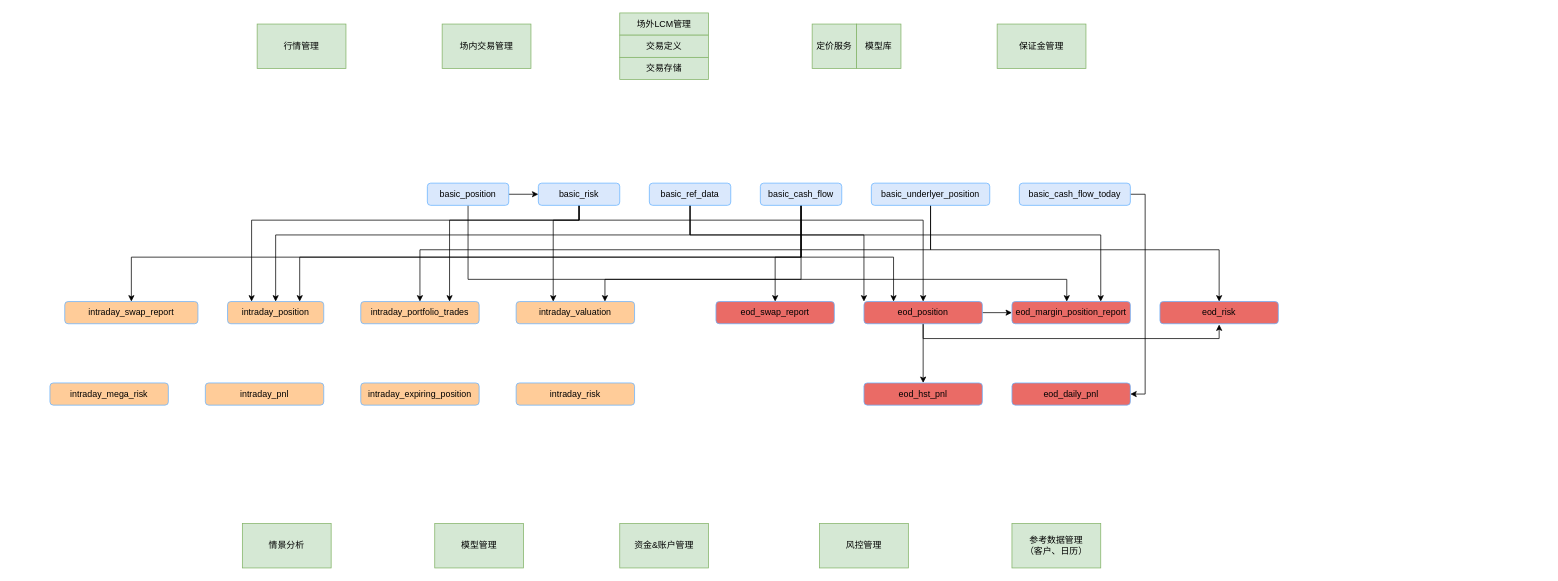
The draw.io diagram page "Page-5" (7 of 7) of Untitled Diagram.drawio in blshao84/VaRReportingSys, before the edit. Source tidied: cells renumbered, new cells numbered last; positions are measured from the earlier drawing's top-left corner, leaving out a move shared by most shapes. Both pictures are drawn from the tidied source at 74%, with x=0, y=0 at pixel (50, 13).
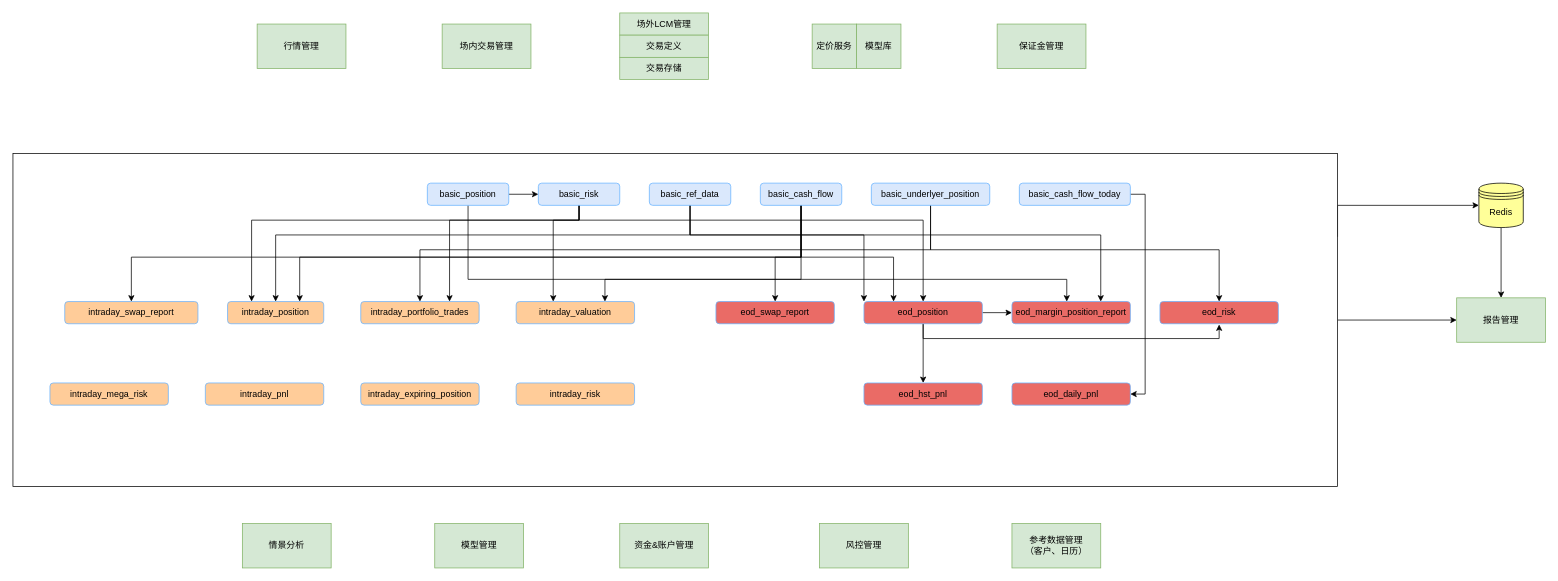
Above is the later version.

Diff of the diagram source:
```diff
@@
+    <mxCell id="57" style="edgeStyle=orthogonalEdgeStyle;rounded=0;jettySize=auto;html=1;entryX=0;entryY=0.5;entryDx=0;entryDy=0;" parent="1" edge="1" source="59" target="60">
+      <mxGeometry relative="1" as="geometry" />
+    </mxCell>
+    <mxCell id="58" style="edgeStyle=orthogonalEdgeStyle;rounded=0;jettySize=auto;html=1;exitX=1;exitY=0.25;exitDx=0;exitDy=0;entryX=0;entryY=0.5;entryDx=0;entryDy=0;" parent="1" edge="1" source="59" target="62">
+      <mxGeometry relative="1" as="geometry">
+        <Array as="points">
+          <mxPoint x="1740" y="260" />
+        </Array>
+      </mxGeometry>
+    </mxCell>
+    <mxCell id="59" style="rounded=0;whiteSpace=wrap;html=1;shadow=0;" parent="1" vertex="1">
+      <mxGeometry x="-50" y="190" width="1790" height="450" as="geometry" />
+    </mxCell>
@@
+    <mxCell id="60" value="报告管理" style="rounded=0;whiteSpace=wrap;html=1;fillColor=#d5e8d4;strokeColor=#82b366;" parent="1" vertex="1">
+      <mxGeometry x="1901" y="385" width="120" height="60" as="geometry" />
+    </mxCell>
+    <mxCell id="61" style="edgeStyle=orthogonalEdgeStyle;rounded=0;jettySize=auto;html=1;entryX=0.5;entryY=0;entryDx=0;entryDy=0;" parent="1" edge="1" source="62" target="60">
+      <mxGeometry relative="1" as="geometry" />
+    </mxCell>
+    <mxCell id="62" value="Redis" style="shape=datastore;whiteSpace=wrap;html=1;shadow=0;fillColor=#FFFF99;" parent="1" vertex="1">
+      <mxGeometry x="1931" y="230" width="60" height="60" as="geometry" />
+    </mxCell>
```
